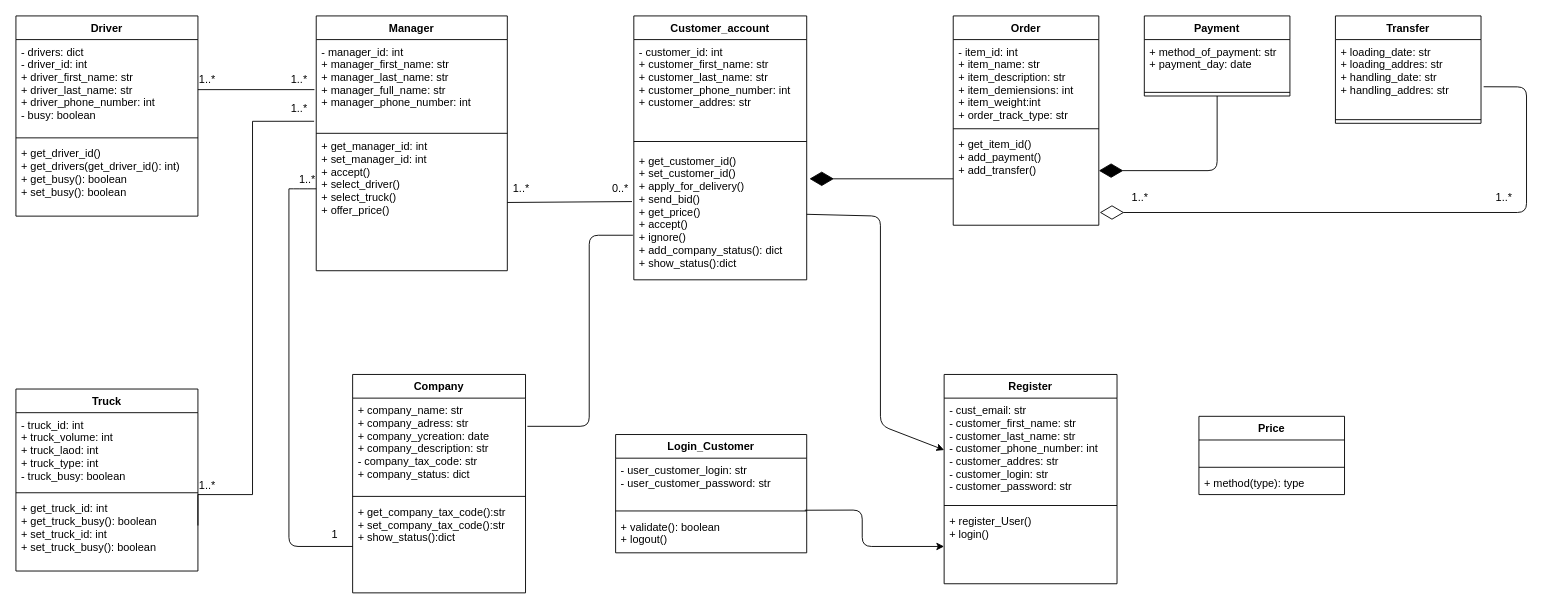
Before: page "Page-1" (1 of 2) of d.drawio in Argam431/PYTHON3-2, a draw.io diagram. Source tidied: cells renumbered, new cells numbered last; positions are measured from the earlier drawing's top-left corner, leaving out a move shared by most shapes. Both pictures are drawn from the tidied source at 91%, with x=0, y=0 at pixel (15, 15).
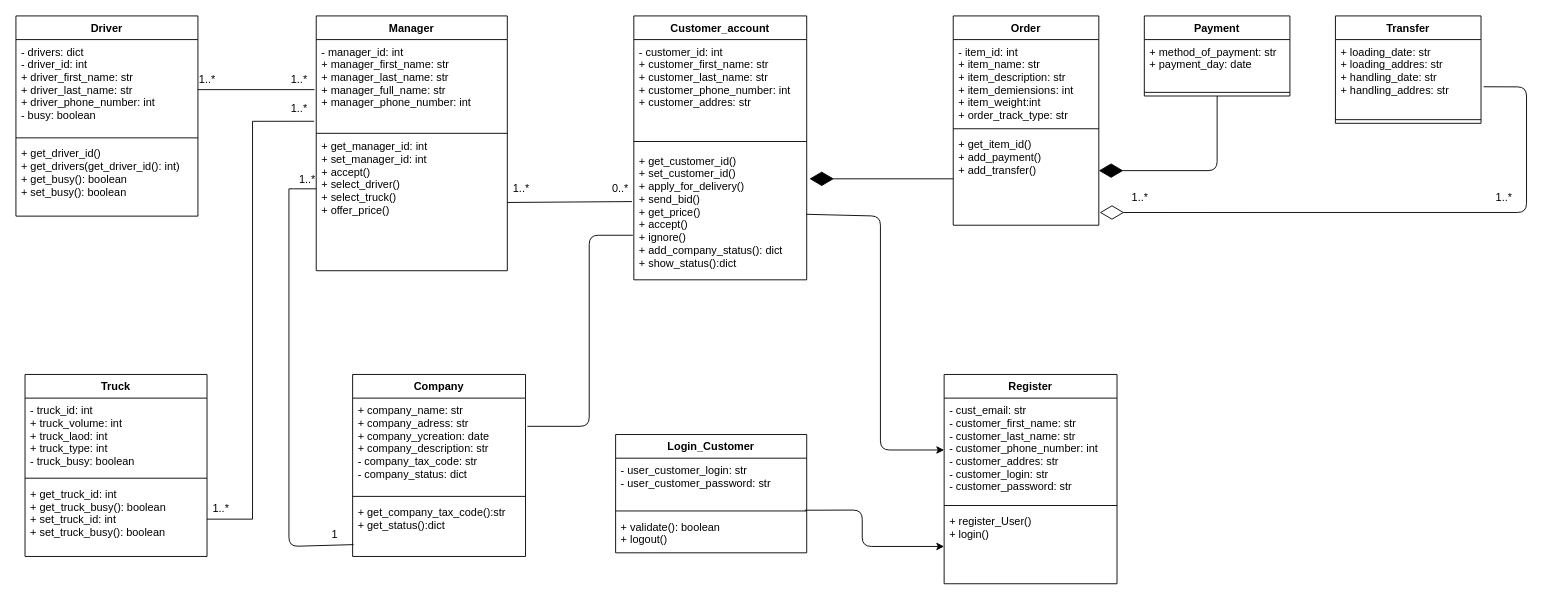
After the change.

The change refers to these unchanged cells:
```xml
<mxCell id="3" value="- manager_id: int&#10;+ manager_first_name: str &#10;+ manager_last_name: str&#10;+ manager_full_name: str&#10;+ manager_phone_number: int" style="text;strokeColor=none;fillColor=none;align=left;verticalAlign=top;spacingLeft=4;spacingRight=4;overflow=hidden;points=[[0,0.5],[1,0.5]];portConstraint=eastwest;" parent="2" vertex="1">
  <mxGeometry y="26" width="210" height="104" as="geometry" />
</mxCell>
<mxCell id="9" value="+ get_customer_id()&#10;+ set_customer_id()&#10;+ apply_for_delivery()&#10;+ send_bid()&#10;+ get_price()&#10;+ accept()&#10;+ ignore()&#10;+ add_company_status(): dict&#10;+ show_status():dict&#10;&#10;&#10;" style="text;strokeColor=none;fillColor=none;align=left;verticalAlign=top;spacingLeft=4;spacingRight=4;overflow=hidden;points=[[0,0.5],[1,0.5]];portConstraint=eastwest;" parent="6" vertex="1">
  <mxGeometry y="146" width="190" height="144" as="geometry" />
</mxCell>
<mxCell id="20" value="+ get_truck_id: int&#10;+ get_truck_busy(): boolean&#10;+ set_truck_id: int&#10;+ set_truck_busy(): boolean&#10;" style="text;strokeColor=none;fillColor=none;align=left;verticalAlign=top;spacingLeft=4;spacingRight=4;overflow=hidden;points=[[0,0.5],[1,0.5]];portConstraint=eastwest;" parent="17" vertex="1">
  <mxGeometry y="118" width="200" height="82" as="geometry" />
</mxCell>
<mxCell id="57" value="- cust_email: str&#10;- customer_first_name: str &#10;- customer_last_name: str&#10;- customer_phone_number: int&#10;- customer_addres: str&#10;- customer_login: str&#10;- customer_password: str&#10;" style="text;strokeColor=none;fillColor=none;align=left;verticalAlign=top;spacingLeft=4;spacingRight=4;overflow=hidden;points=[[0,0.5],[1,0.5]];portConstraint=eastwest;" parent="56" vertex="1">
  <mxGeometry y="26" width="190" height="114" as="geometry" />
</mxCell>
```

Diff of the diagram source:
```diff
@@
     <mxCell id="17" value="Truck" style="swimlane;fontStyle=1;align=center;verticalAlign=top;horizontal=1;startSize=26;" parent="1" vertex="1">
-      <mxGeometry y="410" width="200" height="200" as="geometry" />
+      <mxGeometry x="10" y="394" width="200" height="200" as="geometry" />
     </mxCell>
@@
     <mxCell id="21" value="1..*" style="text;html=1;align=center;verticalAlign=middle;strokeColor=none;" parent="1" vertex="1">
-      <mxGeometry x="195" y="506" width="30" height="20" as="geometry" />
+      <mxGeometry x="210" y="532" width="30" height="20" as="geometry" />
     </mxCell>
@@
     <mxCell id="32" value="Company" style="swimlane;fontStyle=1;align=center;verticalAlign=top;horizontal=1;startSize=26;" parent="1" vertex="1">
-      <mxGeometry x="370" y="394" width="190" height="240" as="geometry" />
+      <mxGeometry x="370" y="394" width="190" height="200" as="geometry" />
     </mxCell>
-    <mxCell id="33" value="+ company_name: str&#10;+ company_adress: str&#10;+ company_ycreation: date&#10;+ company_description: str&#10;- company_tax_code: str&#10;+ company_status: dict&#10;&#10;" style="text;strokeColor=none;fillColor=none;align=left;verticalAlign=top;spacingLeft=4;spacingRight=4;overflow=hidden;points=[[0,0.5],[1,0.5]];portConstraint=eastwest;" parent="32" vertex="1">
+    <mxCell id="33" value="+ company_name: str&#10;+ company_adress: str&#10;+ company_ycreation: date&#10;+ company_description: str&#10;- company_tax_code: str&#10;- company_status: dict&#10;&#10;" style="text;strokeColor=none;fillColor=none;align=left;verticalAlign=top;spacingLeft=4;spacingRight=4;overflow=hidden;points=[[0,0.5],[1,0.5]];portConstraint=eastwest;" parent="32" vertex="1">
       <mxGeometry y="26" width="190" height="104" as="geometry" />
     </mxCell>
@@
-    <mxCell id="35" value="+ get_company_tax_code():str&#10;+ set_company_tax_code():str&#10;+ show_status():dict&#10;&#10;&#10;" style="text;strokeColor=none;fillColor=none;align=left;verticalAlign=top;spacingLeft=4;spacingRight=4;overflow=hidden;points=[[0,0.5],[1,0.5]];portConstraint=eastwest;" parent="32" vertex="1">
-      <mxGeometry y="138" width="190" height="102" as="geometry" />
+    <mxCell id="35" value="+ get_company_tax_code():str&#10;+ get_status():dict&#10;&#10;&#10;" style="text;strokeColor=none;fillColor=none;align=left;verticalAlign=top;spacingLeft=4;spacingRight=4;overflow=hidden;points=[[0,0.5],[1,0.5]];portConstraint=eastwest;" parent="32" vertex="1">
+      <mxGeometry y="138" width="190" height="62" as="geometry" />
     </mxCell>
-    <mxCell id="36" style="endArrow=none;html=1;exitX=0;exitY=0.5;exitDx=0;exitDy=0;" parent="1" edge="1" source="35">
+    <mxCell id="36" style="endArrow=none;html=1;exitX=0.005;exitY=0.79;exitDx=0;exitDy=0;exitPerimeter=0;" parent="1" edge="1" source="35">
       <mxGeometry relative="1" as="geometry">
         <mxPoint x="300" y="190" as="targetPoint" />
         <Array as="points">
           <mxPoint x="300" y="583" />
         </Array>
       </mxGeometry>
     </mxCell>
@@
-    <mxCell id="41" style="edgeStyle=orthogonalEdgeStyle;rounded=0;jettySize=auto;html=1;exitX=1;exitY=0.75;exitDx=0;exitDy=0;endArrow=none;entryX=-0.011;entryY=0.863;entryDx=0;entryDy=0;entryPerimeter=0;" parent="1" edge="1" source="17" target="3">
+    <mxCell id="41" style="edgeStyle=orthogonalEdgeStyle;rounded=0;jettySize=auto;html=1;endArrow=none;entryX=-0.011;entryY=0.863;entryDx=0;entryDy=0;entryPerimeter=0;exitX=1;exitY=0.5;exitDx=0;exitDy=0;" parent="1" edge="1" source="20" target="3">
       <mxGeometry relative="1" as="geometry">
         <Array as="points">
-          <mxPoint x="200" y="526" />
-          <mxPoint x="260" y="526" />
+          <mxPoint x="260" y="553" />
           <mxPoint x="260" y="116" />
         </Array>
       </mxGeometry>
     </mxCell>
@@
     <mxCell id="60" style="endArrow=classic;html=1;entryX=0;entryY=0.5;entryDx=0;entryDy=0;exitX=1;exitY=0.5;exitDx=0;exitDy=0;" parent="1" edge="1" source="9" target="57">
       <mxGeometry relative="1" as="geometry">
         <Array as="points">
           <mxPoint x="950" y="220" />
-          <mxPoint x="950" y="450" />
+          <mxPoint x="950" y="477" />
         </Array>
       </mxGeometry>
     </mxCell>
-    <mxCell id="61" value="Price" style="swimlane;fontStyle=1;align=center;verticalAlign=top;horizontal=1;startSize=26;" parent="1" vertex="1">
-      <mxGeometry x="1300" y="440" width="160" height="86" as="geometry" />
-    </mxCell>
-    <mxCell id="62" value="  " style="text;strokeColor=none;fillColor=none;align=left;verticalAlign=top;spacingLeft=4;spacingRight=4;overflow=hidden;" parent="61" vertex="1">
-      <mxGeometry y="26" width="160" height="26" as="geometry" />
-    </mxCell>
-    <mxCell id="63" style="line;strokeWidth=1;fillColor=none;align=left;verticalAlign=middle;spacingTop=-1;spacingLeft=3;spacingRight=3;labelPosition=right;" parent="61" vertex="1">
-      <mxGeometry y="52" width="160" height="8" as="geometry" />
-    </mxCell>
-    <mxCell id="64" value="+ method(type): type" style="text;strokeColor=none;fillColor=none;align=left;verticalAlign=top;spacingLeft=4;spacingRight=4;overflow=hidden;" parent="61" vertex="1">
-      <mxGeometry y="60" width="160" height="26" as="geometry" />
-    </mxCell>
```
